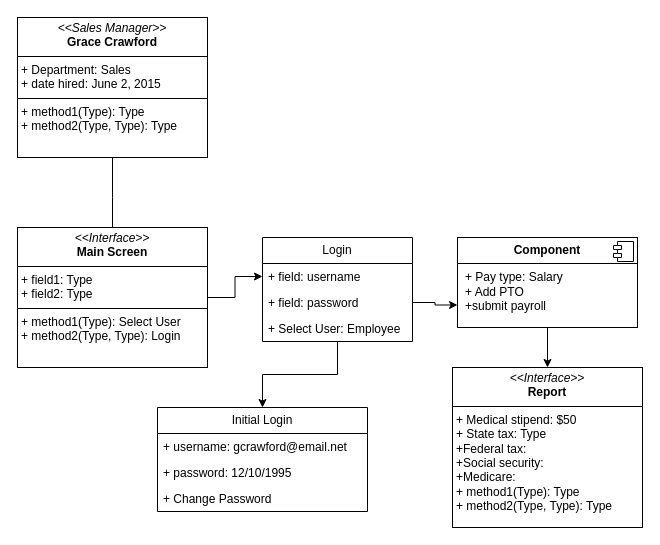
Earlier version of the draw.io diagram grace.drawio (emtecky/payroll). Source tidied: cells renumbered, new cells numbered last; positions are measured from the earlier drawing's top-left corner, leaving out a move shared by most shapes. Both pictures are drawn from the tidied source at 100%, with x=0, y=0 at pixel (17, 17).
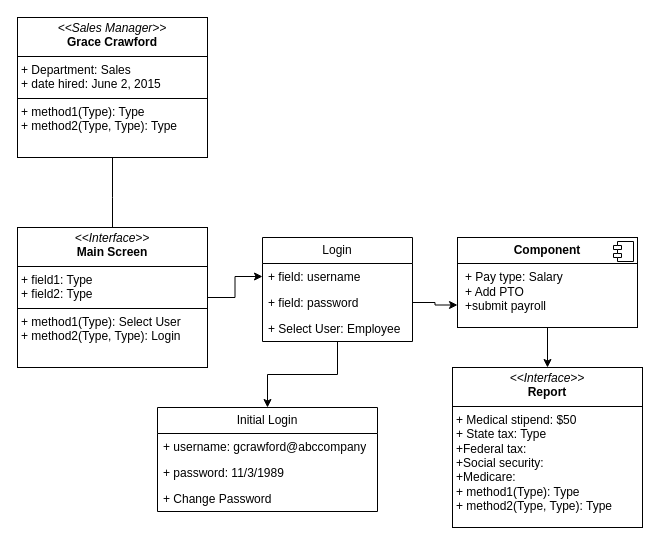
The same diagram, later.

The edit, as a diff of the source:
```diff
@@
     <mxCell id="16" value="Initial Login" style="swimlane;fontStyle=0;horizontal=1;startSize=26;fillColor=none;whiteSpace=wrap;html=1;" parent="1" vertex="1">
-      <mxGeometry x="140" y="390" width="210" height="104" as="geometry" />
+      <mxGeometry x="140" y="390" width="220" height="104" as="geometry" />
     </mxCell>
-    <mxCell id="17" value="+ username: gcrawford@email.net" style="text;strokeColor=none;fillColor=none;align=left;verticalAlign=top;spacingLeft=4;spacingRight=4;overflow=hidden;whiteSpace=wrap;html=1;" parent="16" vertex="1">
-      <mxGeometry y="26" width="210" height="26" as="geometry" />
+    <mxCell id="17" value="+ username: gcrawford@abccompany" style="text;strokeColor=none;fillColor=none;align=left;verticalAlign=top;spacingLeft=4;spacingRight=4;overflow=hidden;whiteSpace=wrap;html=1;" parent="16" vertex="1">
+      <mxGeometry y="26" width="220" height="26" as="geometry" />
     </mxCell>
-    <mxCell id="18" value="+ password: 12/10/1995" style="text;strokeColor=none;fillColor=none;align=left;verticalAlign=top;spacingLeft=4;spacingRight=4;overflow=hidden;whiteSpace=wrap;html=1;" parent="16" vertex="1">
-      <mxGeometry y="52" width="210" height="26" as="geometry" />
+    <mxCell id="18" value="+ password: 11/3/1989" style="text;strokeColor=none;fillColor=none;align=left;verticalAlign=top;spacingLeft=4;spacingRight=4;overflow=hidden;whiteSpace=wrap;html=1;" parent="16" vertex="1">
+      <mxGeometry y="52" width="220" height="26" as="geometry" />
     </mxCell>
     <mxCell id="19" value="+ Change Password" style="text;strokeColor=none;fillColor=none;align=left;verticalAlign=top;spacingLeft=4;spacingRight=4;overflow=hidden;whiteSpace=wrap;html=1;" parent="16" vertex="1">
-      <mxGeometry y="78" width="210" height="26" as="geometry" />
+      <mxGeometry y="78" width="220" height="26" as="geometry" />
     </mxCell>
```
